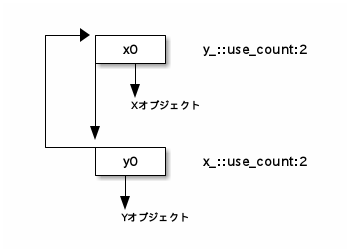
Before: plant_uml/shared_cyclic.png, a diagram exported from PlantUML (ichiroprogrammer/deep_cpp). Its source is kept beside it as plant_uml/shared_cyclic.pu.
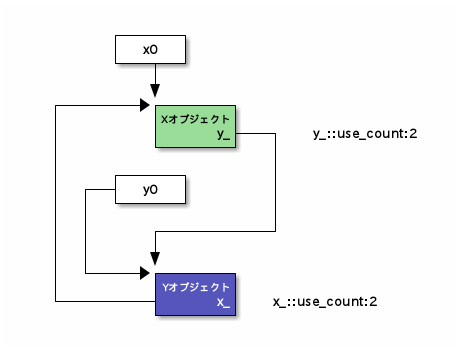
After the change.

Change to the diagram source:
```diff
@@ -1,18 +1,25 @@
 @startditaa
 
-  +--->+------+
-  |    |  x0  | y_꞉꞉use_count꞉2
-  |    +---+--+
-  |    |   |
-  |    |   V
-  |    |   Xオブジェクト
-  |    |
-  |    V
-  +----+------+
-       |  y0  | x_꞉꞉use_count꞉2
-       +--+---+
-          |
-          V
-          Yオブジェクト
+         +------+
+         |  x0  |
+         +---+--+
+             |
+             V
+   +-------->+-------+
+   |         |Xオブジェクト|
+   |         |cGRE y_+---+ y_꞉꞉use_count꞉2
+   |         +-------+   |
+   |                     |
+   |     +------+        |
+   |  +--+  y0  |        |
+   |  |  +------+        |
+   |  |                  |
+   |  |      +-----------+
+   |  |      |
+   |  |      V
+   |  +----->+-------+
+   |         |Yオブジェクト|
+   +---------+cBLU x_| x_꞉꞉use_count꞉2
+             +-------+
 
 @endditaa
```
